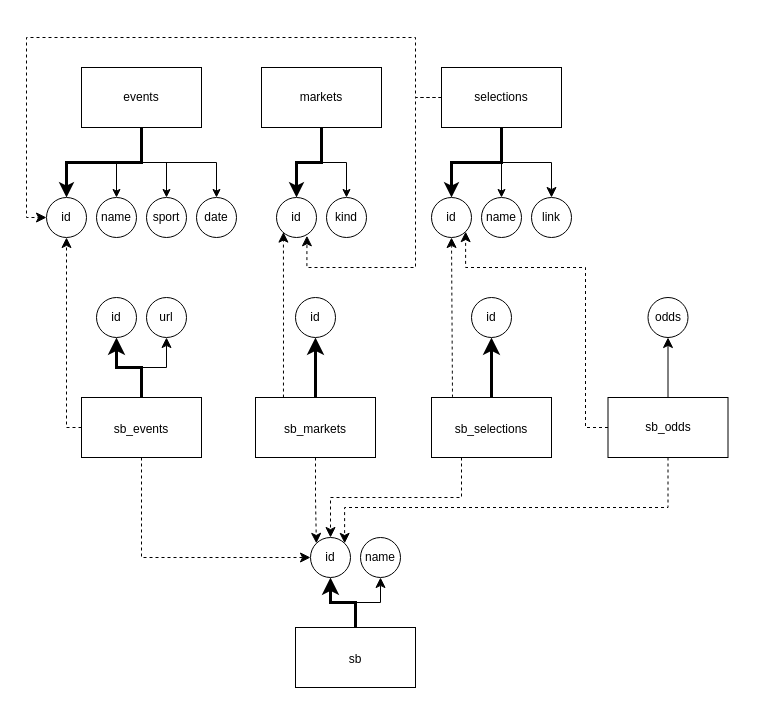
Earlier version of the draw.io diagram page "db" (1 of 2) of db2/Untitled Diagram.drawio (loemra/live_odds_scraper). Source tidied: cells renumbered, new cells numbered last; positions are measured from the earlier drawing's top-left corner, leaving out a move shared by most shapes. Both pictures are drawn from the tidied source at 100%, with x=0, y=0 at pixel (26, 37).
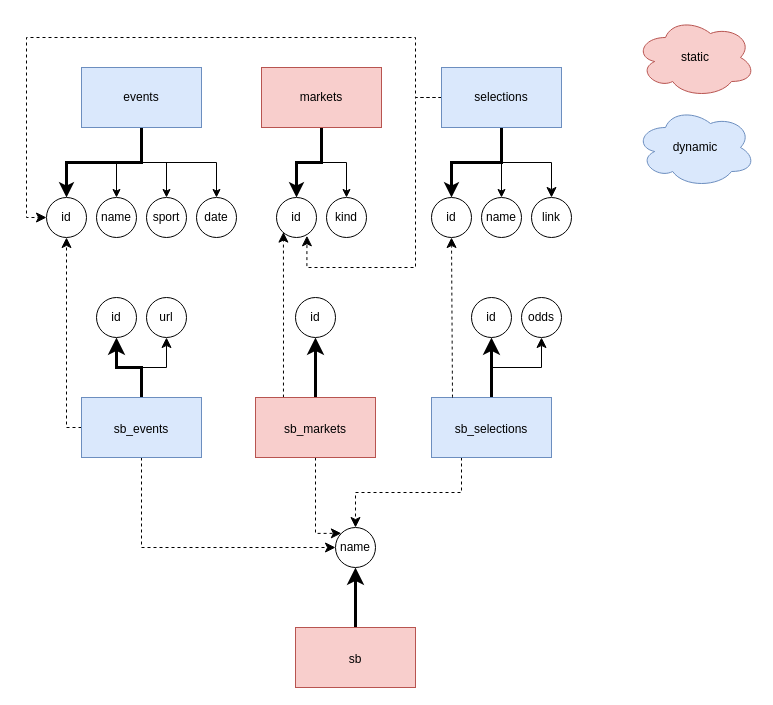
The same diagram, later.

Commit message:
removed redundancies from db, and charted out flow for events_updater

The change refers to these unchanged cells:
```xml
<mxCell id="22" value="id" style="ellipse;whiteSpace=wrap;html=1;rounded=0;" parent="1" vertex="1">
  <mxGeometry x="405" y="160" width="40" height="40" as="geometry" />
</mxCell>
```

Diff of the diagram source:
```diff
@@
-    <mxCell id="6" value="&lt;div&gt;events&lt;/div&gt;" style="rounded=0;whiteSpace=wrap;html=1;" parent="1" vertex="1">
+    <mxCell id="6" value="&lt;div&gt;events&lt;/div&gt;" style="rounded=0;whiteSpace=wrap;html=1;fillColor=#dae8fc;strokeColor=#6c8ebf;" parent="1" vertex="1">
       <mxGeometry x="55" y="30" width="120" height="60" as="geometry" />
     </mxCell>
@@
-    <mxCell id="13" value="&lt;div&gt;markets&lt;/div&gt;" style="rounded=0;whiteSpace=wrap;html=1;" parent="1" vertex="1">
+    <mxCell id="13" value="&lt;div&gt;markets&lt;/div&gt;" style="rounded=0;whiteSpace=wrap;html=1;fillColor=#f8cecc;strokeColor=#b85450;" parent="1" vertex="1">
       <mxGeometry x="235" y="30" width="120" height="60" as="geometry" />
     </mxCell>
@@
-    <mxCell id="21" value="&lt;div&gt;selections&lt;/div&gt;" style="rounded=0;whiteSpace=wrap;html=1;" parent="1" vertex="1">
+    <mxCell id="21" value="&lt;div&gt;selections&lt;/div&gt;" style="rounded=0;whiteSpace=wrap;html=1;fillColor=#dae8fc;strokeColor=#6c8ebf;" parent="1" vertex="1">
       <mxGeometry x="415" y="30" width="120" height="60" as="geometry" />
     </mxCell>
@@
-    <mxCell id="24" style="edgeStyle=orthogonalEdgeStyle;rounded=0;jettySize=auto;html=1;exitX=0.5;exitY=1;exitDx=0;exitDy=0;entryX=1;entryY=0;entryDx=0;entryDy=0;fontSize=12;startSize=8;endSize=8;dashed=1;" parent="1" edge="1" source="27" target="39">
-      <mxGeometry relative="1" as="geometry">
-        <Array as="points">
-          <mxPoint x="641" y="470" />
-          <mxPoint x="318" y="470" />
-        </Array>
-      </mxGeometry>
-    </mxCell>
-    <mxCell id="25" style="edgeStyle=orthogonalEdgeStyle;rounded=0;jettySize=auto;html=1;exitX=0;exitY=0.5;exitDx=0;exitDy=0;entryX=1;entryY=1;entryDx=0;entryDy=0;fontSize=12;startSize=8;endSize=8;dashed=1;" parent="1" edge="1" source="27" target="22">
-      <mxGeometry relative="1" as="geometry">
-        <Array as="points">
-          <mxPoint x="559" y="390" />
-          <mxPoint x="559" y="230" />
-          <mxPoint x="439" y="230" />
-        </Array>
-      </mxGeometry>
-    </mxCell>
-    <mxCell id="26" style="edgeStyle=orthogonalEdgeStyle;rounded=0;jettySize=auto;html=1;entryX=0.5;entryY=1;entryDx=0;entryDy=0;fontSize=12;startSize=8;endSize=8;" parent="1" edge="1" source="27" target="51">
+    <mxCell id="26" style="edgeStyle=orthogonalEdgeStyle;rounded=0;jettySize=auto;html=1;entryX=0.5;entryY=1;entryDx=0;entryDy=0;fontSize=12;startSize=8;endSize=8;exitX=0.5;exitY=0;exitDx=0;exitDy=0;" parent="1" edge="1" source="48" target="51">
       <mxGeometry relative="1" as="geometry" />
     </mxCell>
-    <mxCell id="27" value="sb_odds" style="rounded=0;whiteSpace=wrap;html=1;" parent="1" vertex="1">
-      <mxGeometry x="581.5" y="360" width="120" height="60" as="geometry" />
-    </mxCell>
@@
-    <mxCell id="33" value="&lt;div&gt;&lt;font style=&quot;font-size: 12px;&quot;&gt;sb_events&lt;/font&gt;&lt;/div&gt;" style="rounded=0;whiteSpace=wrap;html=1;fontSize=16;" parent="1" vertex="1">
+    <mxCell id="33" value="&lt;div&gt;&lt;font style=&quot;font-size: 12px;&quot;&gt;sb_events&lt;/font&gt;&lt;/div&gt;" style="rounded=0;whiteSpace=wrap;html=1;fontSize=16;fillColor=#dae8fc;strokeColor=#6c8ebf;" parent="1" vertex="1">
       <mxGeometry x="55" y="360" width="120" height="60" as="geometry" />
     </mxCell>
@@
-    <mxCell id="37" style="edgeStyle=orthogonalEdgeStyle;rounded=0;jettySize=auto;html=1;exitX=0.5;exitY=0;exitDx=0;exitDy=0;entryX=0.5;entryY=1;entryDx=0;entryDy=0;fontSize=12;startSize=8;endSize=8;" parent="1" edge="1" source="38" target="40">
-      <mxGeometry relative="1" as="geometry" />
-    </mxCell>
-    <mxCell id="38" value="&lt;font style=&quot;font-size: 12px;&quot;&gt;sb&lt;/font&gt;" style="rounded=0;whiteSpace=wrap;html=1;fontSize=16;" parent="1" vertex="1">
+    <mxCell id="38" value="&lt;font style=&quot;font-size: 12px;&quot;&gt;sb&lt;/font&gt;" style="rounded=0;whiteSpace=wrap;html=1;fontSize=16;fillColor=#f8cecc;strokeColor=#b85450;" parent="1" vertex="1">
       <mxGeometry x="269" y="590" width="120" height="60" as="geometry" />
     </mxCell>
-    <mxCell id="39" value="id" style="ellipse;whiteSpace=wrap;html=1;rounded=0;" parent="1" vertex="1">
-      <mxGeometry x="284" y="500" width="40" height="40" as="geometry" />
+    <mxCell id="39" value="name" style="ellipse;whiteSpace=wrap;html=1;rounded=0;" parent="1" vertex="1">
+      <mxGeometry x="309" y="490" width="40" height="40" as="geometry" />
     </mxCell>
-    <mxCell id="40" value="name" style="ellipse;whiteSpace=wrap;html=1;rounded=0;" parent="1" vertex="1">
-      <mxGeometry x="334" y="500" width="40" height="40" as="geometry" />
-    </mxCell>
@@
     <mxCell id="43" style="edgeStyle=orthogonalEdgeStyle;rounded=0;jettySize=auto;html=1;exitX=0.5;exitY=1;exitDx=0;exitDy=0;entryX=0;entryY=0;entryDx=0;entryDy=0;fontSize=12;startSize=8;endSize=8;dashed=1;" parent="1" edge="1" source="44" target="39">
-      <mxGeometry relative="1" as="geometry" />
+      <mxGeometry relative="1" as="geometry">
+        <Array as="points">
+          <mxPoint x="289" y="496" />
+        </Array>
+      </mxGeometry>
     </mxCell>
-    <mxCell id="44" value="&lt;font style=&quot;font-size: 12px;&quot;&gt;sb_markets&lt;/font&gt;" style="rounded=0;whiteSpace=wrap;html=1;fontSize=16;" parent="1" vertex="1">
+    <mxCell id="44" value="&lt;font style=&quot;font-size: 12px;&quot;&gt;sb_markets&lt;/font&gt;" style="rounded=0;whiteSpace=wrap;html=1;fontSize=16;fillColor=#f8cecc;strokeColor=#b85450;" parent="1" vertex="1">
       <mxGeometry x="229" y="360" width="120" height="60" as="geometry" />
     </mxCell>
@@
     <mxCell id="47" style="edgeStyle=orthogonalEdgeStyle;rounded=0;jettySize=auto;html=1;exitX=0.25;exitY=1;exitDx=0;exitDy=0;entryX=0.5;entryY=0;entryDx=0;entryDy=0;fontSize=12;startSize=8;endSize=8;dashed=1;" parent="1" edge="1" source="48" target="39">
-      <mxGeometry relative="1" as="geometry" />
+      <mxGeometry relative="1" as="geometry">
+        <Array as="points">
+          <mxPoint x="435" y="455" />
+          <mxPoint x="329" y="455" />
+        </Array>
+      </mxGeometry>
     </mxCell>
-    <mxCell id="48" value="&lt;font style=&quot;font-size: 12px;&quot;&gt;sb_selections&lt;/font&gt;" style="rounded=0;whiteSpace=wrap;html=1;fontSize=16;" parent="1" vertex="1">
+    <mxCell id="48" value="&lt;font style=&quot;font-size: 12px;&quot;&gt;sb_selections&lt;/font&gt;" style="rounded=0;whiteSpace=wrap;html=1;fontSize=16;fillColor=#dae8fc;strokeColor=#6c8ebf;" parent="1" vertex="1">
       <mxGeometry x="405" y="360" width="120" height="60" as="geometry" />
     </mxCell>
@@
     <mxCell id="51" value="odds" style="ellipse;whiteSpace=wrap;html=1;rounded=0;" parent="1" vertex="1">
-      <mxGeometry x="621.5" y="260" width="40" height="40" as="geometry" />
+      <mxGeometry x="495" y="260" width="40" height="40" as="geometry" />
     </mxCell>
+    <mxCell id="52" value="static" style="ellipse;shape=cloud;whiteSpace=wrap;html=1;fillColor=#f8cecc;strokeColor=#b85450;" parent="1" vertex="1">
+      <mxGeometry x="609" y="-20" width="120" height="80" as="geometry" />
+    </mxCell>
+    <mxCell id="53" value="dynamic" style="ellipse;shape=cloud;whiteSpace=wrap;html=1;fillColor=#dae8fc;strokeColor=#6c8ebf;" parent="1" vertex="1">
+      <mxGeometry x="609" y="70" width="120" height="80" as="geometry" />
+    </mxCell>
```
